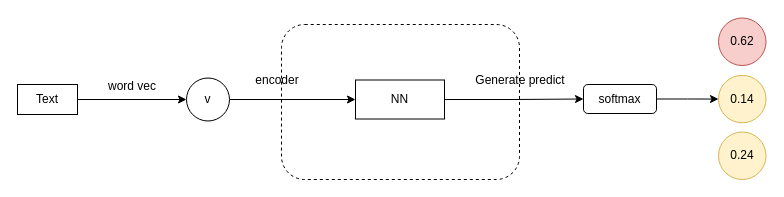
ZYNsama666/CASIA keeps this draw.io diagram as report.drawio. Above is the earlier version. Source tidied: cells renumbered, new cells numbered last; positions are measured from the earlier drawing's top-left corner, leaving out a move shared by most shapes. Both pictures are drawn from the tidied source at 100%, with x=0, y=0 at pixel (17, 17).
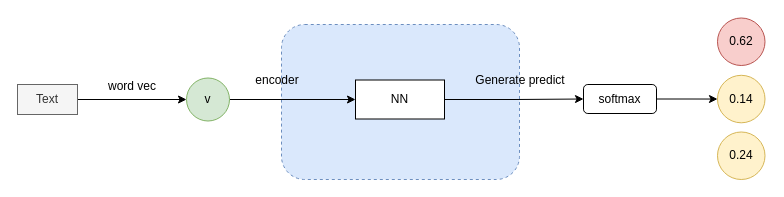
Above is the later version.

Diff of the diagram source:
```diff
@@
 <mxGraphModel>
   <root>
     <mxCell id="0" />
     <mxCell id="1" parent="0" />
-    <mxCell id="2" style="rounded=1;whiteSpace=wrap;html=1;fillColor=none;dashed=1;" parent="1" vertex="1">
+    <mxCell id="2" style="rounded=1;whiteSpace=wrap;html=1;fillColor=#dae8fc;dashed=1;strokeColor=#6c8ebf;" parent="1" vertex="1">
       <mxGeometry x="264" y="7" width="238" height="155" as="geometry" />
     </mxCell>
     <mxCell id="3" style="edgeStyle=orthogonalEdgeStyle;rounded=0;jettySize=auto;html=1;entryX=0;entryY=0.5;entryDx=0;entryDy=0;" parent="1" edge="1" source="4" target="6">
       <mxGeometry relative="1" as="geometry" />
     </mxCell>
-    <mxCell id="4" value="v" style="ellipse;whiteSpace=wrap;html=1;" parent="1" vertex="1">
+    <mxCell id="4" value="v" style="ellipse;whiteSpace=wrap;html=1;fillColor=#d5e8d4;strokeColor=#82b366;" parent="1" vertex="1">
       <mxGeometry x="169" y="60.5" width="43" height="43" as="geometry" />
     </mxCell>
     <mxCell id="5" style="edgeStyle=orthogonalEdgeStyle;rounded=0;jettySize=auto;html=1;entryX=0;entryY=0.5;entryDx=0;entryDy=0;" parent="1" edge="1" source="6" target="13">
       <mxGeometry relative="1" as="geometry" />
     </mxCell>
     <mxCell id="6" value="NN" style="rounded=0;whiteSpace=wrap;html=1;" parent="1" vertex="1">
       <mxGeometry x="338" y="62.5" width="89" height="39" as="geometry" />
     </mxCell>
     <mxCell id="7" style="edgeStyle=orthogonalEdgeStyle;rounded=0;jettySize=auto;html=1;entryX=0;entryY=0.5;entryDx=0;entryDy=0;" parent="1" edge="1" source="8" target="4">
       <mxGeometry relative="1" as="geometry" />
     </mxCell>
-    <mxCell id="8" value="Text" style="text;html=1;strokeColor=default;fillColor=none;align=center;verticalAlign=middle;whiteSpace=wrap;rounded=0;" parent="1" vertex="1">
+    <mxCell id="8" value="Text" style="text;html=1;strokeColor=#666666;fillColor=#f5f5f5;align=center;verticalAlign=middle;whiteSpace=wrap;rounded=0;fontColor=#333333;" parent="1" vertex="1">
       <mxGeometry y="67" width="60" height="30" as="geometry" />
     </mxCell>
     <mxCell id="9" value="word vec" style="text;html=1;strokeColor=none;fillColor=none;align=center;verticalAlign=middle;whiteSpace=wrap;rounded=0;" parent="1" vertex="1">
       <mxGeometry x="67" y="54" width="96" height="30" as="geometry" />
     </mxCell>
     <mxCell id="10" value="Generate predict" style="text;html=1;strokeColor=none;fillColor=none;align=center;verticalAlign=middle;whiteSpace=wrap;rounded=0;" parent="1" vertex="1">
       <mxGeometry x="455" y="48" width="96" height="30" as="geometry" />
     </mxCell>
     <mxCell id="11" value="encoder" style="text;html=1;strokeColor=none;fillColor=none;align=center;verticalAlign=middle;whiteSpace=wrap;rounded=0;" parent="1" vertex="1">
       <mxGeometry x="212" y="48" width="96" height="30" as="geometry" />
     </mxCell>
     <mxCell id="12" style="edgeStyle=orthogonalEdgeStyle;rounded=0;jettySize=auto;html=1;entryX=0;entryY=0.5;entryDx=0;entryDy=0;" parent="1" edge="1" source="13" target="14">
       <mxGeometry relative="1" as="geometry" />
     </mxCell>
     <mxCell id="13" value="softmax" style="rounded=1;whiteSpace=wrap;html=1;" parent="1" vertex="1">
       <mxGeometry x="566" y="67" width="73" height="29" as="geometry" />
     </mxCell>
     <mxCell id="14" value="0.14" style="ellipse;whiteSpace=wrap;html=1;fillColor=#fff2cc;strokeColor=#d6b656;" parent="1" vertex="1">
-      <mxGeometry x="701" y="57.8" width="47.5" height="47.5" as="geometry" />
+      <mxGeometry x="700" y="57.8" width="47.5" height="47.5" as="geometry" />
     </mxCell>
     <mxCell id="15" value="0.62" style="ellipse;whiteSpace=wrap;html=1;fillColor=#f8cecc;strokeColor=#b85450;" parent="1" vertex="1">
-      <mxGeometry x="701" y="0.5" width="47.5" height="47.5" as="geometry" />
+      <mxGeometry x="700" y="0.5" width="47.5" height="47.5" as="geometry" />
     </mxCell>
     <mxCell id="16" value="0.24" style="ellipse;whiteSpace=wrap;html=1;fillColor=#fff2cc;strokeColor=#d6b656;" parent="1" vertex="1">
-      <mxGeometry x="701" y="114.5" width="47.5" height="47.5" as="geometry" />
+      <mxGeometry x="700" y="114.5" width="47.5" height="47.5" as="geometry" />
     </mxCell>
   </root>
 </mxGraphModel>
```
